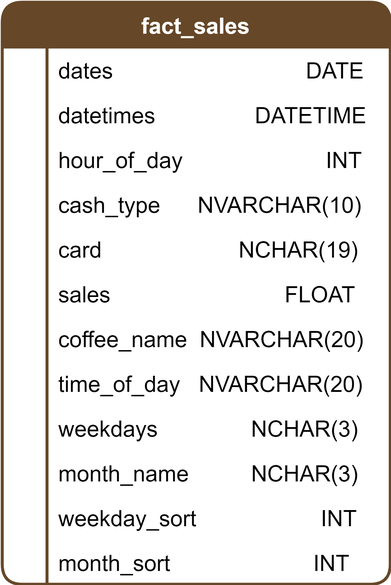
This is docs/data_model(transparent).png from mmashoto/dailygrind_analytics_2025, a draw.io export, as it was before one commit. Source tidied: cells renumbered, new cells last; positions are measured from the earlier drawing's top-left corner, leaving out a move shared by most shapes.
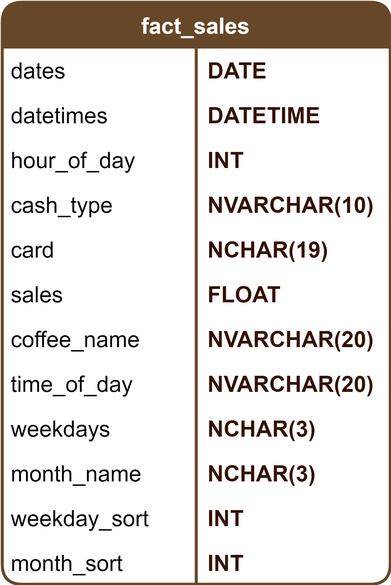
Later version of the same file.

Commit message:
Updated the data model and the main dashboard file

Change to the diagram source:
```diff
@@ -8,110 +8,110 @@
     <mxCell id="3" style="shape=partialRectangle;fillColor=none;top=0;left=0;bottom=1;right=0;fontSize=15;strokeWidth=2;strokeColor=none;" parent="2" vertex="1">
       <mxGeometry y="30" width="260" height="30" as="geometry" />
     </mxCell>
-    <mxCell id="4" style="shape=partialRectangle;fillColor=none;top=0;left=0;bottom=0;right=0;fontStyle=1;overflow=hidden;fontSize=15;fontColor=#EEBC22;strokeColor=none;" parent="3" vertex="1">
-      <mxGeometry width="30" height="30" as="geometry" />
+    <mxCell id="4" value=" dates" style="shape=partialRectangle;fillColor=none;top=0;left=0;bottom=0;right=0;fontStyle=0;overflow=hidden;fontSize=15;fontColor=default;strokeColor=none;align=left;" parent="3" vertex="1">
+      <mxGeometry width="130" height="30" as="geometry" />
     </mxCell>
-    <mxCell id="5" value="dates                               DATE" style="shape=partialRectangle;fillColor=none;top=0;left=0;bottom=0;right=0;align=left;spacingLeft=6;fontStyle=0;overflow=hidden;fontSize=15;fontColor=default;strokeColor=none;" parent="3" vertex="1">
-      <mxGeometry x="30" width="230" height="30" as="geometry" />
+    <mxCell id="5" value="DATE" style="shape=partialRectangle;fillColor=none;top=0;left=0;bottom=0;right=0;align=left;spacingLeft=6;fontStyle=1;overflow=hidden;fontSize=15;fontColor=#341102;strokeColor=none;" parent="3" vertex="1">
+      <mxGeometry x="130" width="130" height="30" as="geometry" />
     </mxCell>
     <mxCell id="6" style="shape=partialRectangle;fillColor=none;top=0;left=0;bottom=0;right=0;fontSize=15;strokeColor=none;" parent="2" vertex="1">
       <mxGeometry y="60" width="260" height="30" as="geometry" />
     </mxCell>
-    <mxCell id="7" style="shape=partialRectangle;fillColor=none;top=0;left=0;bottom=0;right=0;overflow=hidden;fontSize=15;" parent="6" vertex="1">
-      <mxGeometry width="30" height="30" as="geometry" />
+    <mxCell id="7" value=" datetimes" style="shape=partialRectangle;fillColor=none;top=0;left=0;bottom=0;right=0;overflow=hidden;fontSize=15;align=left;" parent="6" vertex="1">
+      <mxGeometry width="130" height="30" as="geometry" />
     </mxCell>
-    <mxCell id="8" value="datetimes                DATETIME" style="shape=partialRectangle;fillColor=none;top=0;left=0;bottom=0;right=0;align=left;spacingLeft=6;overflow=hidden;fontSize=15;" parent="6" vertex="1">
-      <mxGeometry x="30" width="230" height="30" as="geometry" />
+    <mxCell id="8" value="DATETIME" style="shape=partialRectangle;fillColor=none;top=0;left=0;bottom=0;right=0;align=left;spacingLeft=6;overflow=hidden;fontSize=15;fontStyle=1;fontColor=#341102;" parent="6" vertex="1">
+      <mxGeometry x="130" width="130" height="30" as="geometry" />
     </mxCell>
     <mxCell id="9" style="shape=partialRectangle;fillColor=none;top=0;left=0;bottom=0;right=0;fontSize=15;" parent="2" vertex="1">
       <mxGeometry y="90" width="260" height="30" as="geometry" />
     </mxCell>
-    <mxCell id="10" style="shape=partialRectangle;fillColor=none;top=0;left=0;bottom=0;right=0;overflow=hidden;fontSize=15;" parent="9" vertex="1">
-      <mxGeometry width="30" height="30" as="geometry" />
+    <mxCell id="10" value=" hour_of_day" style="shape=partialRectangle;fillColor=none;top=0;left=0;bottom=0;right=0;overflow=hidden;fontSize=15;align=left;" parent="9" vertex="1">
+      <mxGeometry width="130" height="30" as="geometry" />
     </mxCell>
-    <mxCell id="11" value="hour_of_day                       INT" style="shape=partialRectangle;fillColor=none;top=0;left=0;bottom=0;right=0;align=left;spacingLeft=6;overflow=hidden;fontSize=15;" parent="9" vertex="1">
-      <mxGeometry x="30" width="230" height="30" as="geometry" />
+    <mxCell id="11" value="INT" style="shape=partialRectangle;fillColor=none;top=0;left=0;bottom=0;right=0;align=left;spacingLeft=6;overflow=hidden;fontSize=15;fontStyle=1;fontColor=#341102;" parent="9" vertex="1">
+      <mxGeometry x="130" width="130" height="30" as="geometry" />
     </mxCell>
     <mxCell id="12" style="shape=partialRectangle;fillColor=none;top=0;left=0;bottom=0;right=0;fontSize=15;" parent="2" vertex="1">
       <mxGeometry y="120" width="260" height="30" as="geometry" />
     </mxCell>
-    <mxCell id="13" style="shape=partialRectangle;fillColor=none;top=0;left=0;bottom=0;right=0;overflow=hidden;fontSize=15;" parent="12" vertex="1">
-      <mxGeometry width="30" height="30" as="geometry" />
+    <mxCell id="13" value=" cash_type" style="shape=partialRectangle;fillColor=none;top=0;left=0;bottom=0;right=0;overflow=hidden;fontSize=15;align=left;" parent="12" vertex="1">
+      <mxGeometry width="130" height="30" as="geometry" />
     </mxCell>
-    <mxCell id="14" value="cash_type      NVARCHAR(10)" style="shape=partialRectangle;fillColor=none;top=0;left=0;bottom=0;right=0;align=left;spacingLeft=6;overflow=hidden;fontSize=15;" parent="12" vertex="1">
-      <mxGeometry x="30" width="230" height="30" as="geometry" />
+    <mxCell id="14" value="NVARCHAR(10)" style="shape=partialRectangle;fillColor=none;top=0;left=0;bottom=0;right=0;align=left;spacingLeft=6;overflow=hidden;fontSize=15;fontStyle=1;fontColor=#341102;" parent="12" vertex="1">
+      <mxGeometry x="130" width="130" height="30" as="geometry" />
     </mxCell>
     <mxCell id="15" style="shape=partialRectangle;fillColor=none;top=0;left=0;bottom=0;right=0;fontSize=15;" parent="2" vertex="1">
       <mxGeometry y="150" width="260" height="30" as="geometry" />
     </mxCell>
-    <mxCell id="16" style="shape=partialRectangle;fillColor=none;top=0;left=0;bottom=0;right=0;overflow=hidden;fontSize=15;" parent="15" vertex="1">
-      <mxGeometry width="30" height="30" as="geometry" />
+    <mxCell id="16" value=" card" style="shape=partialRectangle;fillColor=none;top=0;left=0;bottom=0;right=0;overflow=hidden;fontSize=15;align=left;" parent="15" vertex="1">
+      <mxGeometry width="130" height="30" as="geometry" />
     </mxCell>
-    <mxCell id="17" value="card                      NCHAR(19)" style="shape=partialRectangle;fillColor=none;top=0;left=0;bottom=0;right=0;align=left;spacingLeft=6;overflow=hidden;fontSize=15;" parent="15" vertex="1">
-      <mxGeometry x="30" width="230" height="30" as="geometry" />
+    <mxCell id="17" value="NCHAR(19)" style="shape=partialRectangle;fillColor=none;top=0;left=0;bottom=0;right=0;align=left;spacingLeft=6;overflow=hidden;fontSize=15;fontStyle=1;fontColor=#341102;" parent="15" vertex="1">
+      <mxGeometry x="130" width="130" height="30" as="geometry" />
     </mxCell>
     <mxCell id="18" style="shape=partialRectangle;fillColor=none;top=0;left=0;bottom=0;right=0;fontSize=15;" parent="2" vertex="1">
       <mxGeometry y="180" width="260" height="30" as="geometry" />
     </mxCell>
-    <mxCell id="19" style="shape=partialRectangle;fillColor=none;top=0;left=0;bottom=0;right=0;overflow=hidden;fontSize=15;" parent="18" vertex="1">
-      <mxGeometry width="30" height="30" as="geometry" />
+    <mxCell id="19" value=" sales" style="shape=partialRectangle;fillColor=none;top=0;left=0;bottom=0;right=0;overflow=hidden;fontSize=15;align=left;" parent="18" vertex="1">
+      <mxGeometry width="130" height="30" as="geometry" />
     </mxCell>
-    <mxCell id="20" value="sales                            FLOAT" style="shape=partialRectangle;fillColor=none;top=0;left=0;bottom=0;right=0;align=left;spacingLeft=6;overflow=hidden;fontSize=15;" parent="18" vertex="1">
-      <mxGeometry x="30" width="230" height="30" as="geometry" />
+    <mxCell id="20" value="FLOAT" style="shape=partialRectangle;fillColor=none;top=0;left=0;bottom=0;right=0;align=left;spacingLeft=6;overflow=hidden;fontSize=15;fontStyle=1;fontColor=#341102;" parent="18" vertex="1">
+      <mxGeometry x="130" width="130" height="30" as="geometry" />
     </mxCell>
     <mxCell id="21" style="shape=partialRectangle;fillColor=none;top=0;left=0;bottom=0;right=0;fontSize=15;" parent="2" vertex="1">
       <mxGeometry y="210" width="260" height="30" as="geometry" />
     </mxCell>
-    <mxCell id="22" style="shape=partialRectangle;fillColor=none;top=0;left=0;bottom=0;right=0;overflow=hidden;fontSize=15;" parent="21" vertex="1">
-      <mxGeometry width="30" height="30" as="geometry" />
+    <mxCell id="22" value=" coffee_name" style="shape=partialRectangle;fillColor=none;top=0;left=0;bottom=0;right=0;overflow=hidden;fontSize=15;align=left;" parent="21" vertex="1">
+      <mxGeometry width="130" height="30" as="geometry" />
     </mxCell>
-    <mxCell id="23" value="coffee_name  NVARCHAR(20)" style="shape=partialRectangle;fillColor=none;top=0;left=0;bottom=0;right=0;align=left;spacingLeft=6;overflow=hidden;fontSize=15;" parent="21" vertex="1">
-      <mxGeometry x="30" width="230" height="30" as="geometry" />
+    <mxCell id="23" value="NVARCHAR(20)" style="shape=partialRectangle;fillColor=none;top=0;left=0;bottom=0;right=0;align=left;spacingLeft=6;overflow=hidden;fontSize=15;fontStyle=1;fontColor=#341102;" parent="21" vertex="1">
+      <mxGeometry x="130" width="130" height="30" as="geometry" />
     </mxCell>
     <mxCell id="24" style="shape=partialRectangle;fillColor=none;top=0;left=0;bottom=0;right=0;fontSize=15;" parent="2" vertex="1">
       <mxGeometry y="240" width="260" height="30" as="geometry" />
     </mxCell>
-    <mxCell id="25" style="shape=partialRectangle;fillColor=none;top=0;left=0;bottom=0;right=0;overflow=hidden;fontSize=15;" parent="24" vertex="1">
-      <mxGeometry width="30" height="30" as="geometry" />
+    <mxCell id="25" value=" time_of_day" style="shape=partialRectangle;fillColor=none;top=0;left=0;bottom=0;right=0;overflow=hidden;fontSize=15;align=left;" parent="24" vertex="1">
+      <mxGeometry width="130" height="30" as="geometry" />
     </mxCell>
-    <mxCell id="26" value="time_of_day   NVARCHAR(20)" style="shape=partialRectangle;fillColor=none;top=0;left=0;bottom=0;right=0;align=left;spacingLeft=6;overflow=hidden;fontSize=15;" parent="24" vertex="1">
-      <mxGeometry x="30" width="230" height="30" as="geometry" />
+    <mxCell id="26" value="NVARCHAR(20)" style="shape=partialRectangle;fillColor=none;top=0;left=0;bottom=0;right=0;align=left;spacingLeft=6;overflow=hidden;fontSize=15;fontStyle=1;fontColor=#341102;" parent="24" vertex="1">
+      <mxGeometry x="130" width="130" height="30" as="geometry" />
     </mxCell>
     <mxCell id="27" style="shape=partialRectangle;fillColor=none;top=0;left=0;bottom=0;right=0;fontSize=15;" parent="2" vertex="1">
       <mxGeometry y="270" width="260" height="30" as="geometry" />
     </mxCell>
-    <mxCell id="28" style="shape=partialRectangle;fillColor=none;top=0;left=0;bottom=0;right=0;overflow=hidden;fontSize=15;" parent="27" vertex="1">
-      <mxGeometry width="30" height="30" as="geometry" />
+    <mxCell id="28" value=" weekdays" style="shape=partialRectangle;fillColor=none;top=0;left=0;bottom=0;right=0;overflow=hidden;fontSize=15;align=left;" parent="27" vertex="1">
+      <mxGeometry width="130" height="30" as="geometry" />
     </mxCell>
-    <mxCell id="29" value="weekdays               NCHAR(3)" style="shape=partialRectangle;fillColor=none;top=0;left=0;bottom=0;right=0;align=left;spacingLeft=6;overflow=hidden;fontSize=15;" parent="27" vertex="1">
-      <mxGeometry x="30" width="230" height="30" as="geometry" />
+    <mxCell id="29" value="NCHAR(3)" style="shape=partialRectangle;fillColor=none;top=0;left=0;bottom=0;right=0;align=left;spacingLeft=6;overflow=hidden;fontSize=15;fontStyle=1;fontColor=#341102;" parent="27" vertex="1">
+      <mxGeometry x="130" width="130" height="30" as="geometry" />
     </mxCell>
     <mxCell id="30" style="shape=partialRectangle;fillColor=none;top=0;left=0;bottom=0;right=0;fontSize=15;" parent="2" vertex="1">
       <mxGeometry y="300" width="260" height="30" as="geometry" />
     </mxCell>
-    <mxCell id="31" style="shape=partialRectangle;fillColor=none;top=0;left=0;bottom=0;right=0;overflow=hidden;fontSize=15;" parent="30" vertex="1">
-      <mxGeometry width="30" height="30" as="geometry" />
+    <mxCell id="31" value=" month_name" style="shape=partialRectangle;fillColor=none;top=0;left=0;bottom=0;right=0;overflow=hidden;fontSize=15;align=left;" parent="30" vertex="1">
+      <mxGeometry width="130" height="30" as="geometry" />
     </mxCell>
-    <mxCell id="32" value="month_name          NCHAR(3)" style="shape=partialRectangle;fillColor=none;top=0;left=0;bottom=0;right=0;align=left;spacingLeft=6;overflow=hidden;fontSize=15;" parent="30" vertex="1">
-      <mxGeometry x="30" width="230" height="30" as="geometry" />
+    <mxCell id="32" value="NCHAR(3)" style="shape=partialRectangle;fillColor=none;top=0;left=0;bottom=0;right=0;align=left;spacingLeft=6;overflow=hidden;fontSize=15;fontStyle=1;fontColor=#341102;" parent="30" vertex="1">
+      <mxGeometry x="130" width="130" height="30" as="geometry" />
     </mxCell>
     <mxCell id="33" style="shape=partialRectangle;fillColor=none;top=0;left=0;bottom=0;right=0;fontSize=15;" parent="2" vertex="1">
       <mxGeometry y="330" width="260" height="30" as="geometry" />
     </mxCell>
-    <mxCell id="34" style="shape=partialRectangle;fillColor=none;top=0;left=0;bottom=0;right=0;overflow=hidden;fontSize=15;" parent="33" vertex="1">
-      <mxGeometry width="30" height="30" as="geometry" />
+    <mxCell id="34" value=" weekday_sort" style="shape=partialRectangle;fillColor=none;top=0;left=0;bottom=0;right=0;overflow=hidden;fontSize=15;align=left;" parent="33" vertex="1">
+      <mxGeometry width="130" height="30" as="geometry" />
     </mxCell>
-    <mxCell id="35" value="weekday_sort                    INT" style="shape=partialRectangle;fillColor=none;top=0;left=0;bottom=0;right=0;align=left;spacingLeft=6;overflow=hidden;fontSize=15;" parent="33" vertex="1">
-      <mxGeometry x="30" width="230" height="30" as="geometry" />
+    <mxCell id="35" value="INT" style="shape=partialRectangle;fillColor=none;top=0;left=0;bottom=0;right=0;align=left;spacingLeft=6;overflow=hidden;fontSize=15;fontStyle=1;fontColor=#341102;" parent="33" vertex="1">
+      <mxGeometry x="130" width="130" height="30" as="geometry" />
     </mxCell>
     <mxCell id="36" style="shape=partialRectangle;fillColor=none;top=0;left=0;bottom=0;right=0;fontSize=15;" parent="2" vertex="1">
       <mxGeometry y="360" width="260" height="30" as="geometry" />
     </mxCell>
-    <mxCell id="37" style="shape=partialRectangle;fillColor=none;top=0;left=0;bottom=0;right=0;overflow=hidden;fontSize=15;" parent="36" vertex="1">
-      <mxGeometry width="30" height="30" as="geometry" />
+    <mxCell id="37" value=" month_sort" style="shape=partialRectangle;fillColor=none;top=0;left=0;bottom=0;right=0;overflow=hidden;fontSize=15;align=left;" parent="36" vertex="1">
+      <mxGeometry width="130" height="30" as="geometry" />
     </mxCell>
-    <mxCell id="38" value="month_sort                       INT" style="shape=partialRectangle;fillColor=none;top=0;left=0;bottom=0;right=0;align=left;spacingLeft=6;overflow=hidden;fontSize=15;" parent="36" vertex="1">
-      <mxGeometry x="30" width="230" height="30" as="geometry" />
+    <mxCell id="38" value="INT" style="shape=partialRectangle;fillColor=none;top=0;left=0;bottom=0;right=0;align=left;spacingLeft=6;overflow=hidden;fontSize=15;fontStyle=1;fontColor=#341102;" parent="36" vertex="1">
+      <mxGeometry x="130" width="130" height="30" as="geometry" />
     </mxCell>
   </root>
 </mxGraphModel>
```
